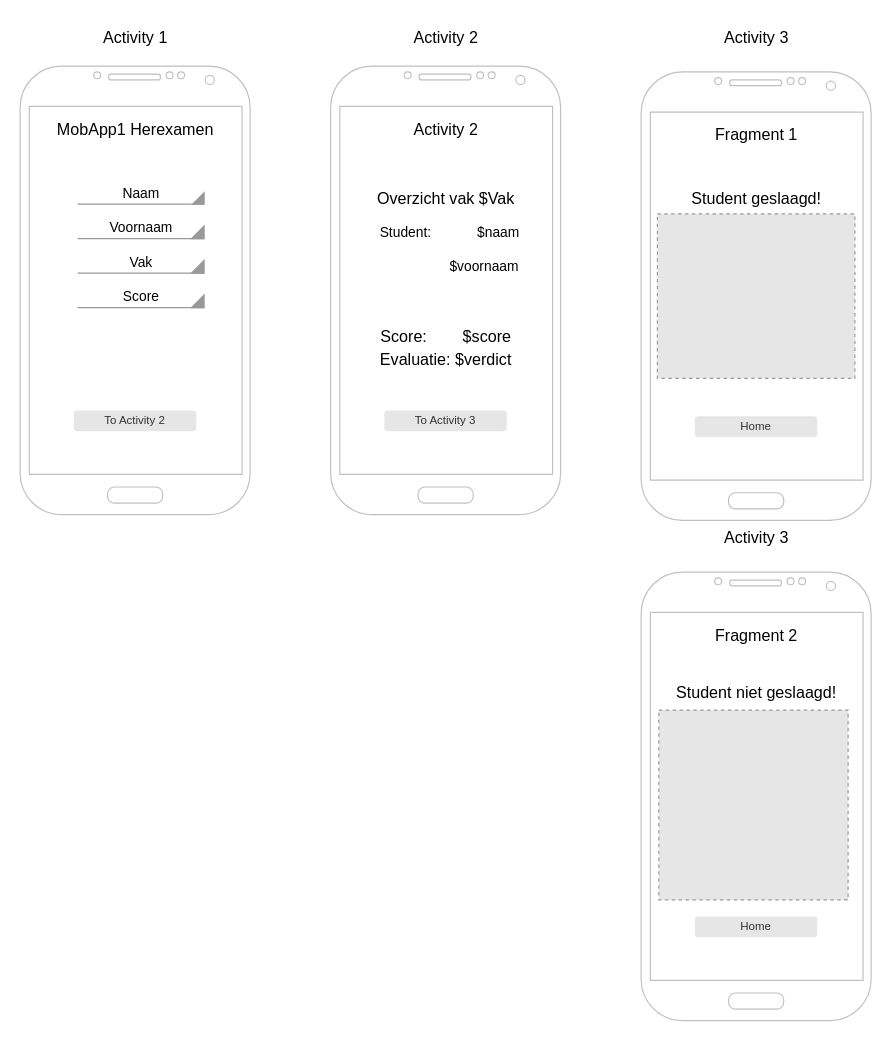
The draw.io diagram MobApp12deZit.drawio in MilanVives/Opdrachten, before the edit. Source tidied: cells renumbered, new cells numbered last; positions are measured from the earlier drawing's top-left corner, leaving out a move shared by most shapes. Both pictures are drawn from the tidied source at 115%, with x=0, y=0 at pixel (20, 20). Pictures stored in the file or linked from it are replaced by grey dashed boxes.
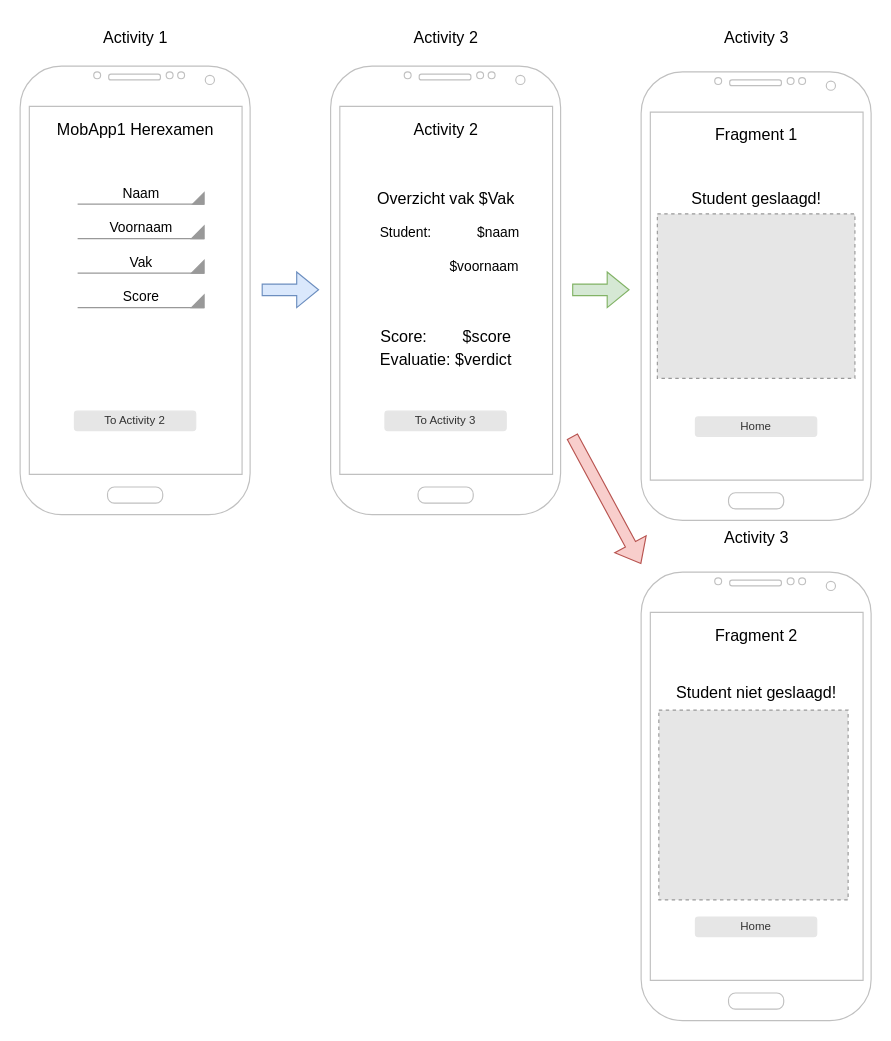
The same diagram, later.

What changed in the source:
```diff
@@
+    <mxCell id="31" style="shape=flexArrow;endArrow=classic;html=1;rounded=0;fontSize=12;fontColor=#38571a;labelBackgroundColor=#CC99FF;fillColor=#dae8fc;strokeColor=#6c8ebf;" parent="1" edge="1">
+      <mxGeometry relative="1" as="geometry">
+        <mxPoint x="210" y="234.5" as="sourcePoint" />
+        <mxPoint x="260" y="234.5" as="targetPoint" />
+      </mxGeometry>
+    </mxCell>
+    <mxCell id="32" style="shape=flexArrow;endArrow=classic;html=1;rounded=0;fontSize=12;fontColor=#38571a;fillColor=#d5e8d4;strokeColor=#82b366;" parent="1" edge="1">
+      <mxGeometry relative="1" as="geometry">
+        <mxPoint x="480" y="234.5" as="sourcePoint" />
+        <mxPoint x="530" y="234.5" as="targetPoint" />
+      </mxGeometry>
+    </mxCell>
+    <mxCell id="33" style="shape=flexArrow;endArrow=classic;html=1;rounded=0;fontSize=12;fontColor=#38571a;fillColor=#f8cecc;strokeColor=#b85450;" parent="1" edge="1">
+      <mxGeometry relative="1" as="geometry">
+        <mxPoint x="480" y="361.9" as="sourcePoint" />
+        <mxPoint x="540" y="472.9" as="targetPoint" />
+      </mxGeometry>
+    </mxCell>
```
